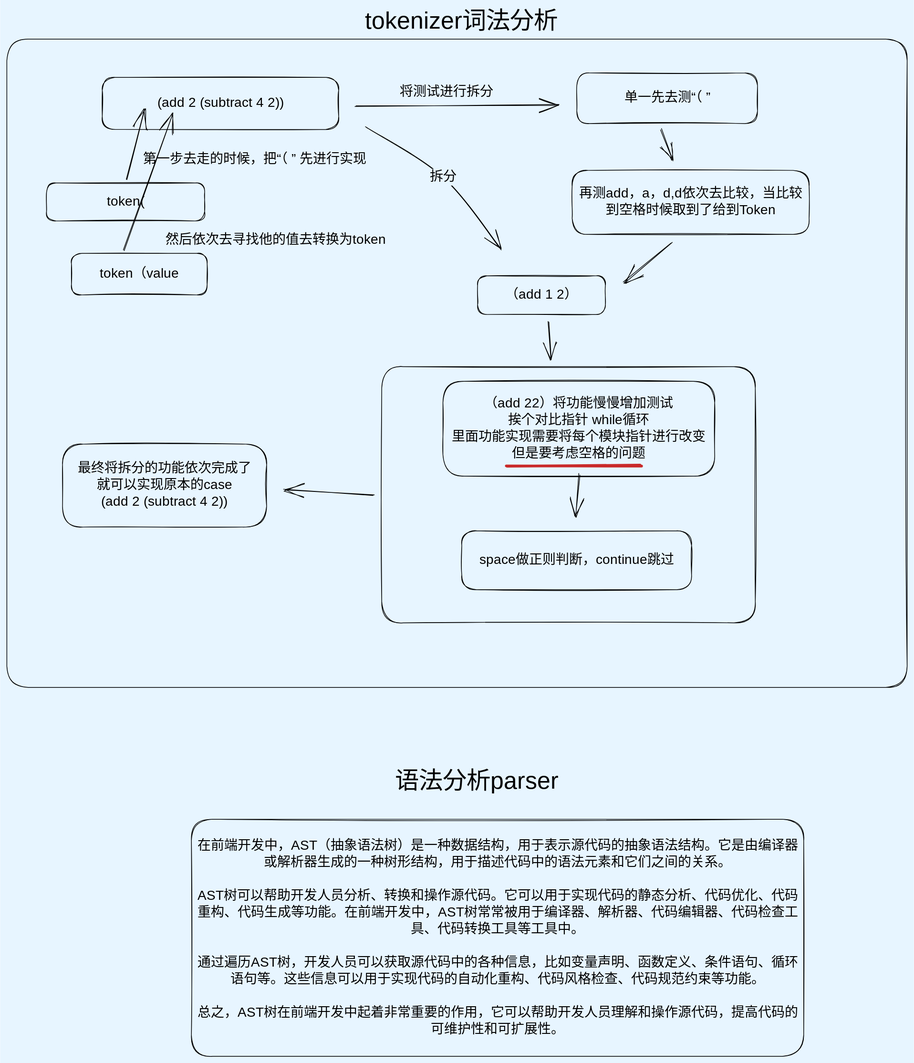
Before: note.excalidraw.svg, a diagram exported from Excalidraw (zclsx/tiny-compiler). Source tidied: one line per element, renumbered; positions are measured from the earlier drawing's top-left corner, leaving out a move shared by most shapes.
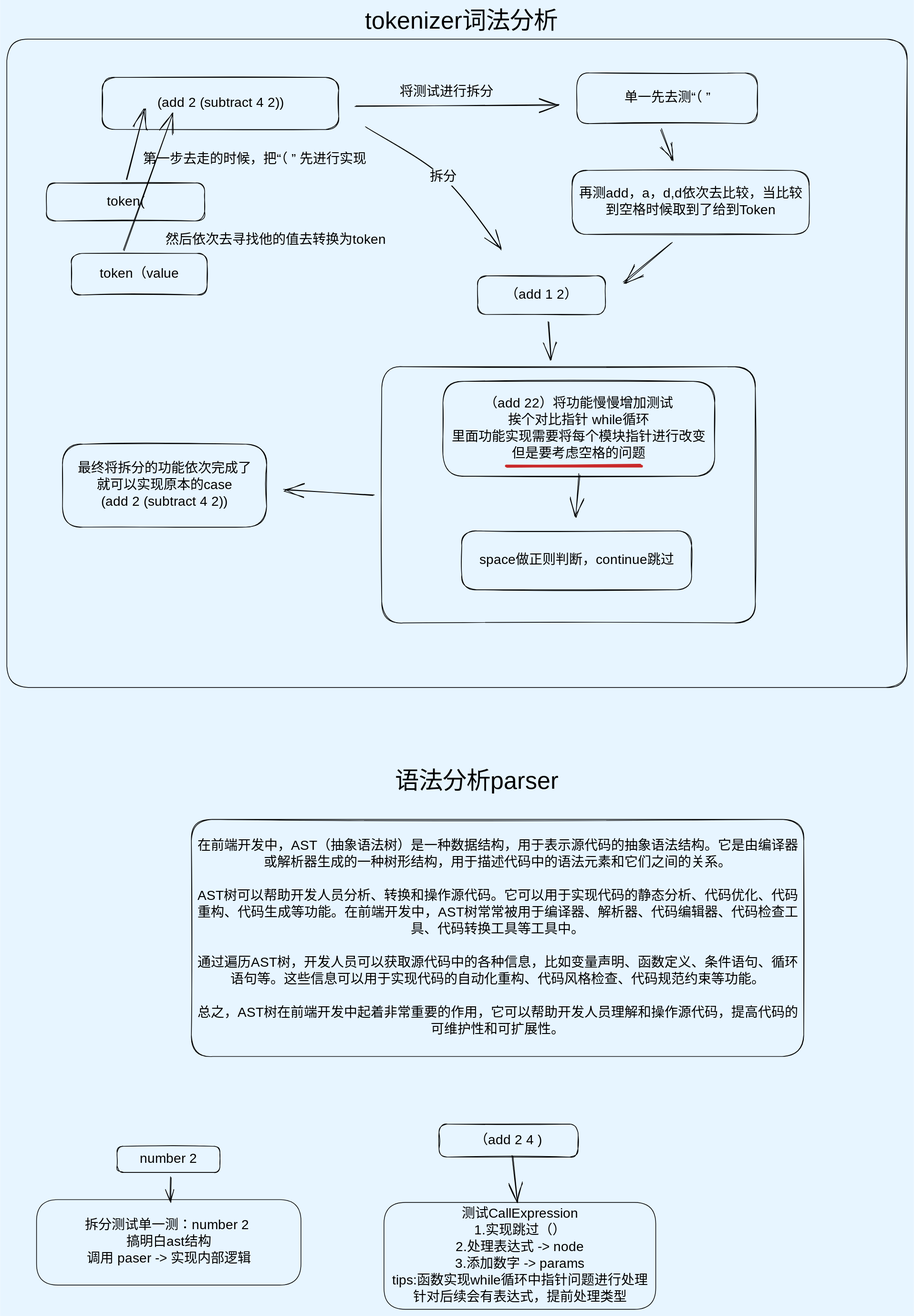
Later version of the same file.

The edit, as a diff of the source:
```diff
@@ -36,3 +36,13 @@
 {"id": 35, "type": "text", "text": "语法分析parser", "strokeColor": "#000000", "strokeWidth": 1, "roughness": 1, "fontSize": 36, "fontFamily": 1, "x": 581, "y": 1138, "width": 256, "height": 45}
 {"id": 36, "type": "rectangle", "strokeColor": "#000000", "strokeWidth": 1, "roughness": 1, "round": true, "x": 276, "y": 1217, "width": 917, "height": 355}
 {"id": 37, "type": "text", "text": "在前端开发中，AST（抽象语法树）是一种数据结构，用于表示源代码的抽象语法结构。它是由编译器\n或解析器生成的一种树形结构，用于描述代码中的语法元素和它们之间的关系。\n\nAST树可以帮助开发人员分析、转换和操作源代码。它可以用于实现代码的静态分析、代码优化、代码\n重构、代码生成等功能。在前端开发中，AST树常常被用于编译器、解析器、代码编辑器、代码检查工\n具、代码转换工具等工具中。\n\n通过遍历AST树，开发人员可以获取源代码中的各种信息，比如变量声明、函数定义、条件语句、循环\n语句等。这些信息可以用于实现代码的自动化重构、代码风格检查、代码规范约束等功能。\n\n总之，AST树在前端开发中起着非常重要的作用，它可以帮助开发人员理解和操作源代码，提高代码的\n可维护性和可扩展性。", "strokeColor": "#000000", "strokeWidth": 1, "roughness": 1, "fontSize": 20, "fontFamily": 1, "textAlign": "center", "verticalAlign": "middle", "inside": 36, "x": 284, "y": 1244, "width": 901, "height": 300}
+{"id": 38, "type": "rectangle", "strokeColor": "#000000", "strokeWidth": 1, "roughness": 0, "round": true, "x": 44, "y": 1786, "width": 396, "height": 128}
+{"id": 39, "type": "text", "text": "拆分测试单一测：number 2 \n搞明白ast结构\n调用 paser -> 实现内部逻辑", "strokeColor": "#000000", "strokeWidth": 1, "roughness": 1, "fontSize": 20, "fontFamily": 1, "textAlign": "center", "verticalAlign": "middle", "inside": 38, "x": 112, "y": 1813, "width": 262, "height": 75}
+{"id": 40, "type": "rectangle", "strokeColor": "#000000", "strokeWidth": 1, "roughness": 0, "round": true, "x": 565, "y": 1790, "width": 407, "height": 160}
+{"id": 41, "type": "text", "text": "测试CallExpression\n1.实现跳过（）\n2.处理表达式 -> node\n3.添加数字 -> params\ntips:函数实现while循环中指针问题进行处理\n针对后续会有表达式，提前处理类型", "strokeColor": "#000000", "strokeWidth": 1, "roughness": 0, "fontSize": 20, "fontFamily": 1, "textAlign": "center", "verticalAlign": "middle", "inside": 40, "x": 576, "y": 1795, "width": 384, "height": 150}
+{"id": 42, "type": "rectangle", "strokeColor": "#000000", "strokeWidth": 1, "roughness": 1, "round": true, "x": 165, "y": 1706, "width": 154, "height": 39}
+{"id": 43, "type": "text", "text": "number 2", "strokeColor": "#000000", "strokeWidth": 1, "roughness": 1, "fontSize": 20, "fontFamily": 1, "textAlign": "center", "verticalAlign": "middle", "inside": 42, "x": 198, "y": 1713, "width": 87, "height": 25}
+{"id": 44, "type": "arrow", "strokeColor": "#000000", "strokeWidth": 1, "roughness": 1, "endArrowhead": "arrow", "round": true, "from": 42, "x": 245, "y": 1754, "width": 0, "height": 37, "points": [[0, 0], [0, 37]]}
+{"id": 45, "type": "rectangle", "strokeColor": "#000000", "strokeWidth": 1, "roughness": 1, "round": true, "x": 647, "y": 1673, "width": 208, "height": 49}
+{"id": 46, "type": "text", "text": "（add 2 4 )", "strokeColor": "#000000", "strokeWidth": 1, "roughness": 1, "fontSize": 20, "fontFamily": 1, "textAlign": "center", "verticalAlign": "middle", "inside": 45, "x": 691, "y": 1685, "width": 120, "height": 25}
+{"id": 47, "type": "arrow", "strokeColor": "#000000", "strokeWidth": 1, "roughness": 1, "endArrowhead": "arrow", "round": true, "to": 40, "x": 758, "y": 1720, "width": 6, "height": 68, "points": [[0, 0], [6, 68]]}
```
